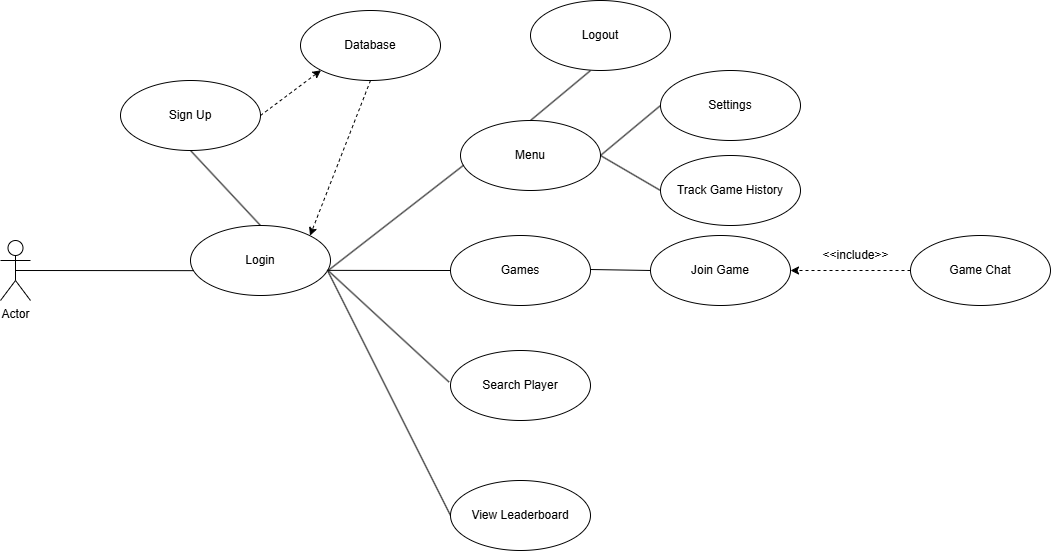
Before: docs/diagrams/usecase/GUI.drawio.png, a diagram exported from draw.io (ankondeadlarx/gitlab). Source tidied: cells renumbered, new cells last; positions are measured from the earlier drawing's top-left corner, leaving out a move shared by most shapes. Source of this version:
```xml
<mxGraphModel>
  <root>
    <mxCell id="0" />
    <mxCell id="1" parent="0" />
    <mxCell id="2" value="Actor" style="shape=umlActor;verticalLabelPosition=bottom;verticalAlign=top;html=1;" parent="1" vertex="1">
      <mxGeometry y="240" width="30" height="60" as="geometry" />
    </mxCell>
    <mxCell id="3" value="Login" style="ellipse;whiteSpace=wrap;html=1;" parent="1" vertex="1">
      <mxGeometry x="190" y="225" width="140" height="70" as="geometry" />
    </mxCell>
    <mxCell id="4" value="Sign Up" style="ellipse;whiteSpace=wrap;html=1;" parent="1" vertex="1">
      <mxGeometry x="120" y="80" width="140" height="70" as="geometry" />
    </mxCell>
    <mxCell id="5" value="Database" style="ellipse;whiteSpace=wrap;html=1;" parent="1" vertex="1">
      <mxGeometry x="300" y="10" width="140" height="70" as="geometry" />
    </mxCell>
    <mxCell id="6" style="endArrow=none;html=1;rounded=0;entryX=0.021;entryY=0.645;entryDx=0;entryDy=0;entryPerimeter=0;exitX=0.5;exitY=0.5;exitDx=0;exitDy=0;exitPerimeter=0;" parent="1" edge="1" source="2" target="3">
      <mxGeometry relative="1" as="geometry" />
    </mxCell>
    <mxCell id="7" style="html=1;labelBackgroundColor=#ffffff;startArrow=none;startFill=0;startSize=6;endArrow=classic;endFill=1;endSize=6;jettySize=auto;strokeWidth=1;dashed=1;fontSize=14;rounded=0;exitX=1;exitY=0.5;exitDx=0;exitDy=0;entryX=0;entryY=1;entryDx=0;entryDy=0;" parent="1" edge="1" source="4" target="5">
      <mxGeometry relative="1" as="geometry" />
    </mxCell>
    <mxCell id="8" style="html=1;labelBackgroundColor=#ffffff;startArrow=none;startFill=0;startSize=6;endArrow=classic;endFill=1;endSize=6;jettySize=auto;strokeWidth=1;dashed=1;fontSize=14;rounded=0;exitX=0.5;exitY=1;exitDx=0;exitDy=0;entryX=1;entryY=0;entryDx=0;entryDy=0;" parent="1" edge="1" source="5" target="3">
      <mxGeometry relative="1" as="geometry" />
    </mxCell>
    <mxCell id="9" value="Menu" style="ellipse;whiteSpace=wrap;html=1;" parent="1" vertex="1">
      <mxGeometry x="460" y="120" width="140" height="70" as="geometry" />
    </mxCell>
    <mxCell id="10" style="endArrow=none;html=1;rounded=0;entryX=0.022;entryY=0.639;entryDx=0;entryDy=0;entryPerimeter=0;exitX=0.983;exitY=0.643;exitDx=0;exitDy=0;exitPerimeter=0;" parent="1" edge="1" source="3" target="9">
      <mxGeometry relative="1" as="geometry" />
    </mxCell>
    <mxCell id="11" style="endArrow=none;html=1;rounded=0;entryX=0.5;entryY=1;entryDx=0;entryDy=0;exitX=0.5;exitY=0;exitDx=0;exitDy=0;" parent="1" edge="1" source="3" target="4">
      <mxGeometry relative="1" as="geometry" />
    </mxCell>
    <mxCell id="12" style="endArrow=none;html=1;rounded=0;exitX=0.986;exitY=0.641;exitDx=0;exitDy=0;exitPerimeter=0;entryX=0;entryY=0.5;entryDx=0;entryDy=0;entryPerimeter=0;" parent="1" edge="1" source="3" target="13">
      <mxGeometry relative="1" as="geometry" />
    </mxCell>
    <mxCell id="13" value="Games" style="ellipse;whiteSpace=wrap;html=1;" parent="1" vertex="1">
      <mxGeometry x="450" y="235" width="140" height="70" as="geometry" />
    </mxCell>
    <mxCell id="14" value="Search Player" style="ellipse;whiteSpace=wrap;html=1;" parent="1" vertex="1">
      <mxGeometry x="450" y="350" width="140" height="70" as="geometry" />
    </mxCell>
    <mxCell id="15" style="endArrow=none;html=1;rounded=0;exitX=0.979;exitY=0.636;exitDx=0;exitDy=0;exitPerimeter=0;entryX=-0.011;entryY=0.45;entryDx=0;entryDy=0;entryPerimeter=0;" parent="1" edge="1" source="3" target="14">
      <mxGeometry relative="1" as="geometry" />
    </mxCell>
    <mxCell id="16" value="Game Chat" style="ellipse;whiteSpace=wrap;html=1;" parent="1" vertex="1">
      <mxGeometry x="910" y="235" width="140" height="70" as="geometry" />
    </mxCell>
    <mxCell id="17" style="html=1;labelBackgroundColor=#ffffff;startArrow=none;startFill=0;startSize=6;endArrow=classic;endFill=1;endSize=6;jettySize=auto;strokeWidth=1;dashed=1;fontSize=14;rounded=0;exitX=0;exitY=0.5;exitDx=0;exitDy=0;entryX=1;entryY=0.5;entryDx=0;entryDy=0;" parent="1" edge="1" source="16" target="23">
      <mxGeometry relative="1" as="geometry" />
    </mxCell>
    <mxCell id="18" value="&amp;lt;&amp;lt;include&amp;gt;&amp;gt;" style="text;html=1;align=center;verticalAlign=middle;strokeColor=none;fillColor=none;rotation=0;" parent="1" vertex="1">
      <mxGeometry x="810" y="240" width="90" height="30" as="geometry" />
    </mxCell>
    <mxCell id="19" style="endArrow=none;html=1;rounded=0;exitX=0.5;exitY=0;exitDx=0;exitDy=0;entryX=0.429;entryY=1;entryDx=0;entryDy=0;entryPerimeter=0;" parent="1" edge="1" source="9" target="20">
      <mxGeometry relative="1" as="geometry" />
    </mxCell>
    <mxCell id="20" value="Logout" style="ellipse;whiteSpace=wrap;html=1;" parent="1" vertex="1">
      <mxGeometry x="530" width="140" height="70" as="geometry" />
    </mxCell>
    <mxCell id="21" style="endArrow=none;html=1;rounded=0;exitX=1;exitY=0.5;exitDx=0;exitDy=0;entryX=0;entryY=0.5;entryDx=0;entryDy=0;" parent="1" edge="1" source="9" target="22">
      <mxGeometry relative="1" as="geometry" />
    </mxCell>
    <mxCell id="22" value="Settings" style="ellipse;whiteSpace=wrap;html=1;" parent="1" vertex="1">
      <mxGeometry x="660" y="70" width="140" height="70" as="geometry" />
    </mxCell>
    <mxCell id="23" value="Join Game" style="ellipse;whiteSpace=wrap;html=1;" parent="1" vertex="1">
      <mxGeometry x="650" y="235" width="140" height="70" as="geometry" />
    </mxCell>
    <mxCell id="24" style="endArrow=none;html=1;rounded=0;" parent="1" edge="1" target="23">
      <mxGeometry relative="1" as="geometry">
        <mxPoint x="590" y="269" as="sourcePoint" />
      </mxGeometry>
    </mxCell>
    <mxCell id="25" style="endArrow=none;html=1;rounded=0;exitX=0.982;exitY=0.656;exitDx=0;exitDy=0;exitPerimeter=0;entryX=0;entryY=0.5;entryDx=0;entryDy=0;" parent="1" edge="1" source="3" target="26">
      <mxGeometry relative="1" as="geometry" />
    </mxCell>
    <mxCell id="26" value="View Leaderboard" style="ellipse;whiteSpace=wrap;html=1;" parent="1" vertex="1">
      <mxGeometry x="450" y="480" width="140" height="70" as="geometry" />
    </mxCell>
    <mxCell id="27" style="endArrow=none;html=1;rounded=0;exitX=1;exitY=0.5;exitDx=0;exitDy=0;entryX=0;entryY=0.5;entryDx=0;entryDy=0;" parent="1" edge="1" source="9" target="28">
      <mxGeometry relative="1" as="geometry" />
    </mxCell>
    <mxCell id="28" value="Track Game History" style="ellipse;whiteSpace=wrap;html=1;" parent="1" vertex="1">
      <mxGeometry x="660" y="155" width="140" height="70" as="geometry" />
    </mxCell>
  </root>
</mxGraphModel>
```
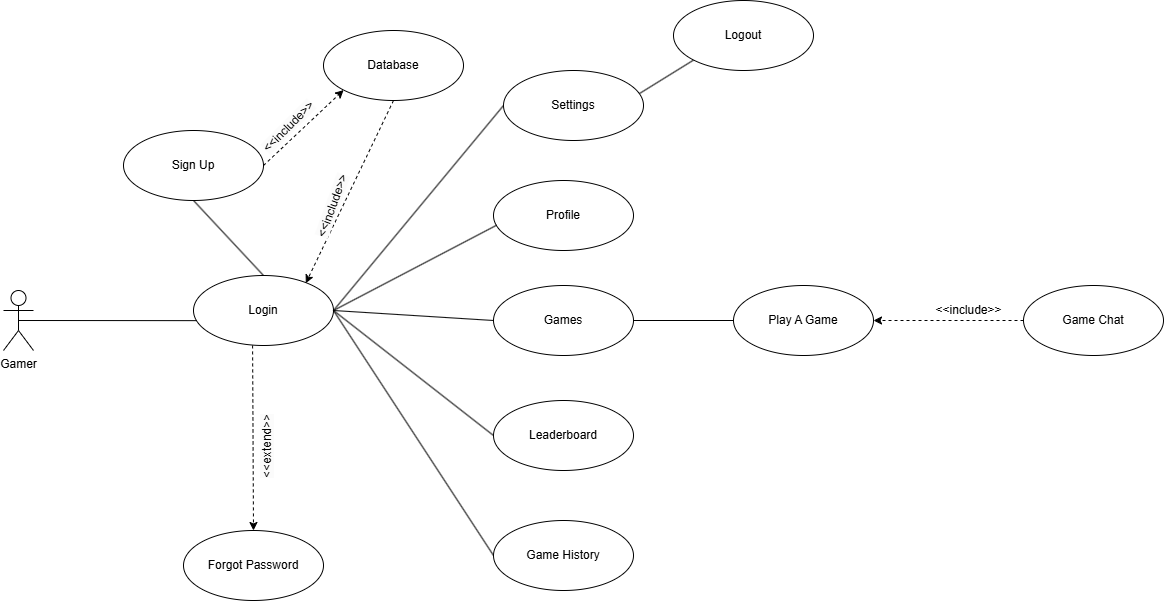
After the change.

Commit message:
Updated the use case diagram based on team meeting

What changed in the source:
```diff
@@ -2,7 +2,7 @@
   <root>
     <mxCell id="0" />
     <mxCell id="1" parent="0" />
-    <mxCell id="2" value="Actor" style="shape=umlActor;verticalLabelPosition=bottom;verticalAlign=top;html=1;" parent="1" vertex="1">
+    <mxCell id="2" value="Gamer&lt;div&gt;&lt;br&gt;&lt;/div&gt;" style="shape=umlActor;verticalLabelPosition=bottom;verticalAlign=top;html=1;" parent="1" vertex="1">
       <mxGeometry y="240" width="30" height="60" as="geometry" />
     </mxCell>
     <mxCell id="3" value="Login" style="ellipse;whiteSpace=wrap;html=1;" parent="1" vertex="1">
@@ -12,7 +12,7 @@
       <mxGeometry x="120" y="80" width="140" height="70" as="geometry" />
     </mxCell>
     <mxCell id="5" value="Database" style="ellipse;whiteSpace=wrap;html=1;" parent="1" vertex="1">
-      <mxGeometry x="300" y="10" width="140" height="70" as="geometry" />
+      <mxGeometry x="320" y="-20" width="140" height="70" as="geometry" />
     </mxCell>
     <mxCell id="6" style="endArrow=none;html=1;rounded=0;entryX=0.021;entryY=0.645;entryDx=0;entryDy=0;entryPerimeter=0;exitX=0.5;exitY=0.5;exitDx=0;exitDy=0;exitPerimeter=0;" parent="1" edge="1" source="2" target="3">
       <mxGeometry relative="1" as="geometry" />
@@ -20,70 +20,85 @@
     <mxCell id="7" style="html=1;labelBackgroundColor=#ffffff;startArrow=none;startFill=0;startSize=6;endArrow=classic;endFill=1;endSize=6;jettySize=auto;strokeWidth=1;dashed=1;fontSize=14;rounded=0;exitX=1;exitY=0.5;exitDx=0;exitDy=0;entryX=0;entryY=1;entryDx=0;entryDy=0;" parent="1" edge="1" source="4" target="5">
       <mxGeometry relative="1" as="geometry" />
     </mxCell>
-    <mxCell id="8" style="html=1;labelBackgroundColor=#ffffff;startArrow=none;startFill=0;startSize=6;endArrow=classic;endFill=1;endSize=6;jettySize=auto;strokeWidth=1;dashed=1;fontSize=14;rounded=0;exitX=0.5;exitY=1;exitDx=0;exitDy=0;entryX=1;entryY=0;entryDx=0;entryDy=0;" parent="1" edge="1" source="5" target="3">
+    <mxCell id="8" style="html=1;labelBackgroundColor=#ffffff;startArrow=none;startFill=0;startSize=6;endArrow=classic;endFill=1;endSize=6;jettySize=auto;strokeWidth=1;dashed=1;fontSize=14;rounded=0;exitX=0.5;exitY=1;exitDx=0;exitDy=0;entryX=0.802;entryY=0.11;entryDx=0;entryDy=0;entryPerimeter=0;" parent="1" edge="1" source="5" target="3">
       <mxGeometry relative="1" as="geometry" />
     </mxCell>
-    <mxCell id="9" value="Menu" style="ellipse;whiteSpace=wrap;html=1;" parent="1" vertex="1">
-      <mxGeometry x="460" y="120" width="140" height="70" as="geometry" />
+    <mxCell id="9" value="Profile" style="ellipse;whiteSpace=wrap;html=1;" parent="1" vertex="1">
+      <mxGeometry x="490" y="130" width="140" height="70" as="geometry" />
     </mxCell>
-    <mxCell id="10" style="endArrow=none;html=1;rounded=0;entryX=0.022;entryY=0.639;entryDx=0;entryDy=0;entryPerimeter=0;exitX=0.983;exitY=0.643;exitDx=0;exitDy=0;exitPerimeter=0;" parent="1" edge="1" source="3" target="9">
-      <mxGeometry relative="1" as="geometry" />
+    <mxCell id="10" style="endArrow=none;html=1;rounded=0;entryX=0.022;entryY=0.639;entryDx=0;entryDy=0;entryPerimeter=0;" parent="1" edge="1" target="9">
+      <mxGeometry relative="1" as="geometry">
+        <mxPoint x="330" y="260" as="sourcePoint" />
+      </mxGeometry>
     </mxCell>
     <mxCell id="11" style="endArrow=none;html=1;rounded=0;entryX=0.5;entryY=1;entryDx=0;entryDy=0;exitX=0.5;exitY=0;exitDx=0;exitDy=0;" parent="1" edge="1" source="3" target="4">
       <mxGeometry relative="1" as="geometry" />
     </mxCell>
-    <mxCell id="12" style="endArrow=none;html=1;rounded=0;exitX=0.986;exitY=0.641;exitDx=0;exitDy=0;exitPerimeter=0;entryX=0;entryY=0.5;entryDx=0;entryDy=0;entryPerimeter=0;" parent="1" edge="1" source="3" target="13">
-      <mxGeometry relative="1" as="geometry" />
+    <mxCell id="12" style="endArrow=none;html=1;rounded=0;entryX=0;entryY=0.5;entryDx=0;entryDy=0;entryPerimeter=0;" parent="1" edge="1" target="13">
+      <mxGeometry relative="1" as="geometry">
+        <mxPoint x="330" y="260" as="sourcePoint" />
+      </mxGeometry>
     </mxCell>
     <mxCell id="13" value="Games" style="ellipse;whiteSpace=wrap;html=1;" parent="1" vertex="1">
-      <mxGeometry x="450" y="235" width="140" height="70" as="geometry" />
+      <mxGeometry x="490" y="235" width="140" height="70" as="geometry" />
     </mxCell>
-    <mxCell id="14" value="Search Player" style="ellipse;whiteSpace=wrap;html=1;" parent="1" vertex="1">
-      <mxGeometry x="450" y="350" width="140" height="70" as="geometry" />
-    </mxCell>
-    <mxCell id="15" style="endArrow=none;html=1;rounded=0;exitX=0.979;exitY=0.636;exitDx=0;exitDy=0;exitPerimeter=0;entryX=-0.011;entryY=0.45;entryDx=0;entryDy=0;entryPerimeter=0;" parent="1" edge="1" source="3" target="14">
-      <mxGeometry relative="1" as="geometry" />
-    </mxCell>
     <mxCell id="16" value="Game Chat" style="ellipse;whiteSpace=wrap;html=1;" parent="1" vertex="1">
-      <mxGeometry x="910" y="235" width="140" height="70" as="geometry" />
+      <mxGeometry x="1020" y="235" width="140" height="70" as="geometry" />
     </mxCell>
     <mxCell id="17" style="html=1;labelBackgroundColor=#ffffff;startArrow=none;startFill=0;startSize=6;endArrow=classic;endFill=1;endSize=6;jettySize=auto;strokeWidth=1;dashed=1;fontSize=14;rounded=0;exitX=0;exitY=0.5;exitDx=0;exitDy=0;entryX=1;entryY=0.5;entryDx=0;entryDy=0;" parent="1" edge="1" source="16" target="23">
       <mxGeometry relative="1" as="geometry" />
     </mxCell>
     <mxCell id="18" value="&amp;lt;&amp;lt;include&amp;gt;&amp;gt;" style="text;html=1;align=center;verticalAlign=middle;strokeColor=none;fillColor=none;rotation=0;" parent="1" vertex="1">
-      <mxGeometry x="810" y="240" width="90" height="30" as="geometry" />
+      <mxGeometry x="920" y="245" width="90" height="30" as="geometry" />
     </mxCell>
-    <mxCell id="19" style="endArrow=none;html=1;rounded=0;exitX=0.5;exitY=0;exitDx=0;exitDy=0;entryX=0.429;entryY=1;entryDx=0;entryDy=0;entryPerimeter=0;" parent="1" edge="1" source="9" target="20">
+    <mxCell id="19" style="endArrow=none;html=1;rounded=0;entryX=0;entryY=1;entryDx=0;entryDy=0;exitX=0.965;exitY=0.337;exitDx=0;exitDy=0;exitPerimeter=0;" parent="1" edge="1" source="22" target="20">
       <mxGeometry relative="1" as="geometry" />
     </mxCell>
     <mxCell id="20" value="Logout" style="ellipse;whiteSpace=wrap;html=1;" parent="1" vertex="1">
-      <mxGeometry x="530" width="140" height="70" as="geometry" />
+      <mxGeometry x="670" y="-50" width="140" height="70" as="geometry" />
     </mxCell>
-    <mxCell id="21" style="endArrow=none;html=1;rounded=0;exitX=1;exitY=0.5;exitDx=0;exitDy=0;entryX=0;entryY=0.5;entryDx=0;entryDy=0;" parent="1" edge="1" source="9" target="22">
-      <mxGeometry relative="1" as="geometry" />
+    <mxCell id="21" style="endArrow=none;html=1;rounded=0;entryX=0;entryY=0.5;entryDx=0;entryDy=0;" parent="1" edge="1" target="22">
+      <mxGeometry relative="1" as="geometry">
+        <mxPoint x="330" y="260" as="sourcePoint" />
+      </mxGeometry>
     </mxCell>
     <mxCell id="22" value="Settings" style="ellipse;whiteSpace=wrap;html=1;" parent="1" vertex="1">
-      <mxGeometry x="660" y="70" width="140" height="70" as="geometry" />
+      <mxGeometry x="500" y="20" width="140" height="70" as="geometry" />
     </mxCell>
-    <mxCell id="23" value="Join Game" style="ellipse;whiteSpace=wrap;html=1;" parent="1" vertex="1">
-      <mxGeometry x="650" y="235" width="140" height="70" as="geometry" />
+    <mxCell id="23" value="Play A Game" style="ellipse;whiteSpace=wrap;html=1;" parent="1" vertex="1">
+      <mxGeometry x="730" y="235" width="140" height="70" as="geometry" />
     </mxCell>
-    <mxCell id="24" style="endArrow=none;html=1;rounded=0;" parent="1" edge="1" target="23">
-      <mxGeometry relative="1" as="geometry">
-        <mxPoint x="590" y="269" as="sourcePoint" />
-      </mxGeometry>
+    <mxCell id="24" style="endArrow=none;html=1;rounded=0;exitX=1;exitY=0.5;exitDx=0;exitDy=0;" parent="1" edge="1" source="13" target="23">
+      <mxGeometry relative="1" as="geometry" />
     </mxCell>
-    <mxCell id="25" style="endArrow=none;html=1;rounded=0;exitX=0.982;exitY=0.656;exitDx=0;exitDy=0;exitPerimeter=0;entryX=0;entryY=0.5;entryDx=0;entryDy=0;" parent="1" edge="1" source="3" target="26">
-      <mxGeometry relative="1" as="geometry" />
+    <mxCell id="25" style="endArrow=none;html=1;rounded=0;entryX=0;entryY=0.5;entryDx=0;entryDy=0;" parent="1" edge="1" target="26">
+      <mxGeometry relative="1" as="geometry">
+        <mxPoint x="330" y="260" as="sourcePoint" />
+      </mxGeometry>
     </mxCell>
-    <mxCell id="26" value="View Leaderboard" style="ellipse;whiteSpace=wrap;html=1;" parent="1" vertex="1">
-      <mxGeometry x="450" y="480" width="140" height="70" as="geometry" />
+    <mxCell id="26" value="Leaderboard" style="ellipse;whiteSpace=wrap;html=1;" parent="1" vertex="1">
+      <mxGeometry x="490" y="350" width="140" height="70" as="geometry" />
     </mxCell>
-    <mxCell id="27" style="endArrow=none;html=1;rounded=0;exitX=1;exitY=0.5;exitDx=0;exitDy=0;entryX=0;entryY=0.5;entryDx=0;entryDy=0;" parent="1" edge="1" source="9" target="28">
+    <mxCell id="27" style="endArrow=none;html=1;rounded=0;exitX=0;exitY=0.5;exitDx=0;exitDy=0;entryX=1;entryY=0.5;entryDx=0;entryDy=0;" parent="1" edge="1" source="28" target="3">
       <mxGeometry relative="1" as="geometry" />
     </mxCell>
-    <mxCell id="28" value="Track Game History" style="ellipse;whiteSpace=wrap;html=1;" parent="1" vertex="1">
-      <mxGeometry x="660" y="155" width="140" height="70" as="geometry" />
+    <mxCell id="28" value="Game History" style="ellipse;whiteSpace=wrap;html=1;" parent="1" vertex="1">
+      <mxGeometry x="490" y="470" width="140" height="70" as="geometry" />
     </mxCell>
+    <mxCell id="29" style="html=1;labelBackgroundColor=#ffffff;startArrow=none;startFill=0;startSize=6;endArrow=classic;endFill=1;endSize=6;jettySize=auto;strokeWidth=1;dashed=1;fontSize=14;rounded=0;exitX=0.422;exitY=0.999;exitDx=0;exitDy=0;exitPerimeter=0;entryX=0.5;entryY=0;entryDx=0;entryDy=0;" parent="1" edge="1" source="3" target="30">
+      <mxGeometry relative="1" as="geometry" />
+    </mxCell>
+    <mxCell id="30" value="Forgot Password" style="ellipse;whiteSpace=wrap;html=1;" parent="1" vertex="1">
+      <mxGeometry x="180" y="480" width="140" height="70" as="geometry" />
+    </mxCell>
+    <mxCell id="31" value="&lt;span style=&quot;color: rgb(0, 0, 0); font-family: Helvetica; font-size: 12px; font-style: normal; font-variant-ligatures: normal; font-variant-caps: normal; font-weight: 400; letter-spacing: normal; orphans: 2; text-align: center; text-indent: 0px; text-transform: none; widows: 2; word-spacing: 0px; -webkit-text-stroke-width: 0px; white-space: nowrap; background-color: rgb(251, 251, 251); text-decoration-thickness: initial; text-decoration-style: initial; text-decoration-color: initial; float: none; display: inline !important;&quot;&gt;&amp;lt;&amp;lt;extend&amp;gt;&amp;gt;&lt;/span&gt;" style="text;whiteSpace=wrap;html=1;rotation=-90;" parent="1" vertex="1">
+      <mxGeometry x="230" y="370" width="80" height="40" as="geometry" />
+    </mxCell>
+    <mxCell id="32" value="&lt;span style=&quot;color: rgb(0, 0, 0); font-family: Helvetica; font-size: 12px; font-style: normal; font-variant-ligatures: normal; font-variant-caps: normal; font-weight: 400; letter-spacing: normal; orphans: 2; text-align: center; text-indent: 0px; text-transform: none; widows: 2; word-spacing: 0px; -webkit-text-stroke-width: 0px; white-space: nowrap; background-color: rgb(251, 251, 251); text-decoration-thickness: initial; text-decoration-style: initial; text-decoration-color: initial; display: inline !important; float: none;&quot;&gt;&amp;lt;&amp;lt;include&amp;gt;&amp;gt;&lt;/span&gt;" style="text;whiteSpace=wrap;html=1;rotation=-70;" parent="1" vertex="1">
+      <mxGeometry x="295" y="119.6" width="100" height="50.5" as="geometry" />
+    </mxCell>
+    <mxCell id="33" value="&lt;span style=&quot;color: rgb(0, 0, 0); font-family: Helvetica; font-size: 12px; font-style: normal; font-variant-ligatures: normal; font-variant-caps: normal; font-weight: 400; letter-spacing: normal; orphans: 2; text-align: center; text-indent: 0px; text-transform: none; widows: 2; word-spacing: 0px; -webkit-text-stroke-width: 0px; white-space: nowrap; background-color: rgb(251, 251, 251); text-decoration-thickness: initial; text-decoration-style: initial; text-decoration-color: initial; display: inline !important; float: none;&quot;&gt;&amp;lt;&amp;lt;include&amp;gt;&amp;gt;&lt;/span&gt;" style="text;whiteSpace=wrap;html=1;rotation=-45;" parent="1" vertex="1">
+      <mxGeometry x="250" y="50" width="100" height="40" as="geometry" />
+    </mxCell>
   </root>
 </mxGraphModel>
```
